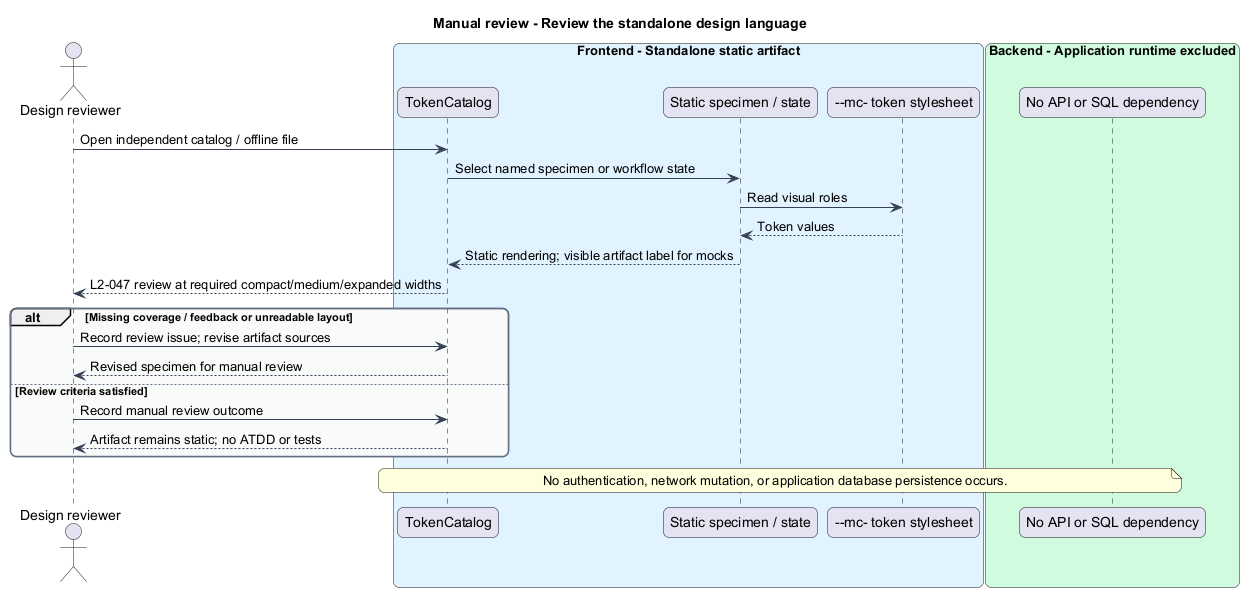
Earlier version of the PlantUML export docs/detailed-designs/artifacts/review-design-language/diagrams/sequence-review.png (QuinntyneBrown/mission-control). Its diagram source:
```plantuml
@startuml
skinparam backgroundColor #FFFFFF
skinparam shadowing false
skinparam roundcorner 12
skinparam defaultFontName Arial
skinparam ArrowColor #344054
skinparam rectangle {
  BorderColor #344054
  FontColor #101828
}
skinparam package {
  BorderColor #667085
  FontColor #101828
  BackgroundColor #F9FAFB
}
title Manual review - Review the standalone design language
actor "Design reviewer" as reviewer
box "Frontend - Standalone static artifact" #E0F2FE
  participant "TokenCatalog" as catalog
  participant "Static specimen / state" as example
  participant "--mc- token stylesheet" as tokens
end box
box "Backend - Application runtime excluded" #D1FADF
  participant "No API or SQL dependency" as excluded
end box
reviewer -> catalog : Open independent catalog / offline file
catalog -> example : Select named specimen or workflow state
example -> tokens : Read visual roles
tokens --> example : Token values
example --> catalog : Static rendering; visible artifact label for mocks
catalog --> reviewer : L2-047 review at required compact/medium/expanded widths
alt Missing coverage / feedback or unreadable layout
  reviewer -> catalog : Record review issue; revise artifact sources
  catalog --> reviewer : Revised specimen for manual review
else Review criteria satisfied
  reviewer -> catalog : Record manual review outcome
  catalog --> reviewer : Artifact remains static; no ATDD or tests
end
note over catalog, excluded
No authentication, network mutation, or application database persistence occurs.
end note
@enduml
```
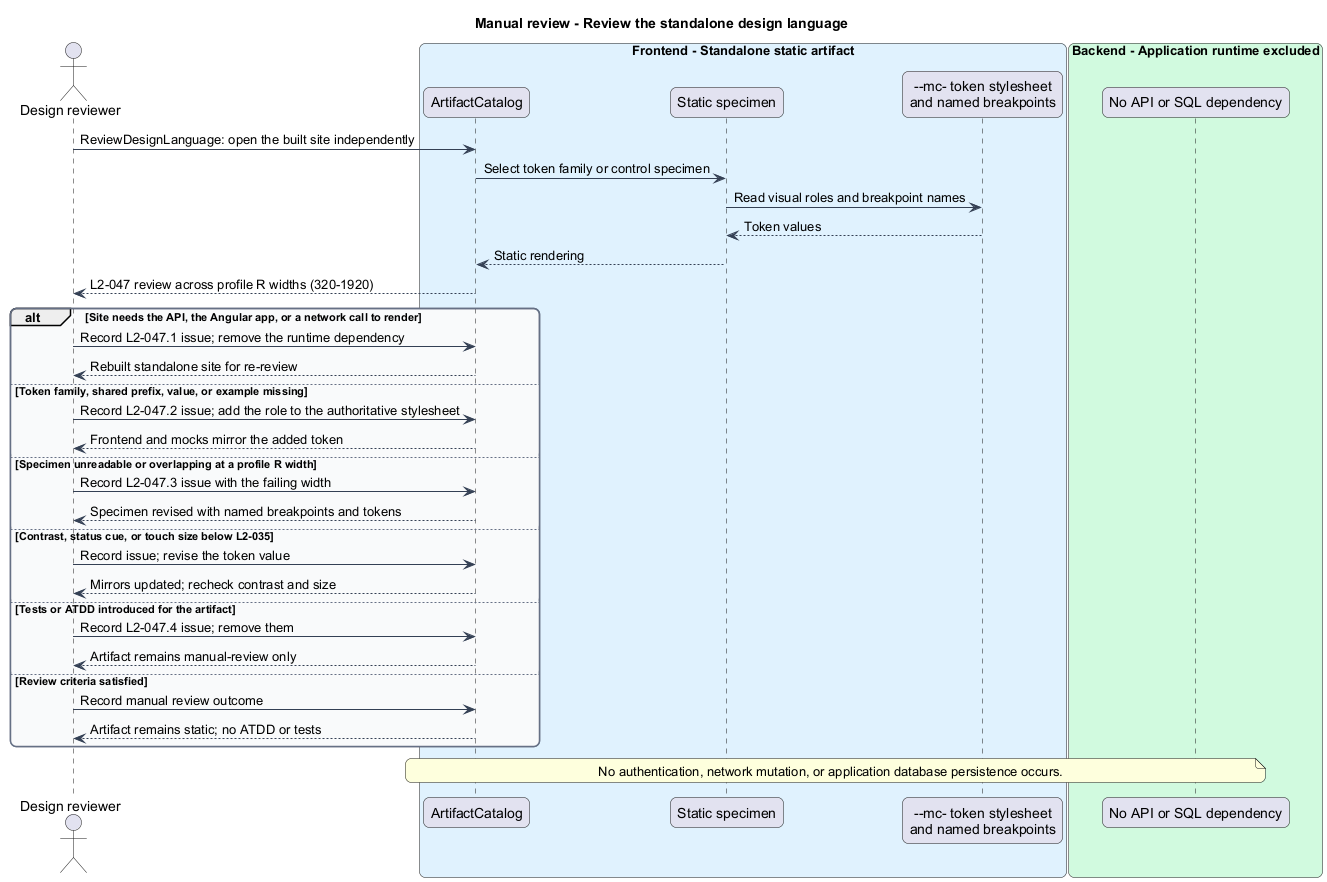
The same diagram one commit later.

Diff of the diagram source:
```diff
@@ -16,22 +16,34 @@
 title Manual review - Review the standalone design language
 actor "Design reviewer" as reviewer
 box "Frontend - Standalone static artifact" #E0F2FE
-  participant "TokenCatalog" as catalog
-  participant "Static specimen / state" as example
-  participant "--mc- token stylesheet" as tokens
+  participant "ArtifactCatalog" as catalog
+  participant "Static specimen" as example
+  participant "--mc- token stylesheet\nand named breakpoints" as tokens
 end box
 box "Backend - Application runtime excluded" #D1FADF
   participant "No API or SQL dependency" as excluded
 end box
-reviewer -> catalog : Open independent catalog / offline file
-catalog -> example : Select named specimen or workflow state
-example -> tokens : Read visual roles
+reviewer -> catalog : ReviewDesignLanguage: open the built site independently
+catalog -> example : Select token family or control specimen
+example -> tokens : Read visual roles and breakpoint names
 tokens --> example : Token values
-example --> catalog : Static rendering; visible artifact label for mocks
-catalog --> reviewer : L2-047 review at required compact/medium/expanded widths
-alt Missing coverage / feedback or unreadable layout
-  reviewer -> catalog : Record review issue; revise artifact sources
-  catalog --> reviewer : Revised specimen for manual review
+example --> catalog : Static rendering
+catalog --> reviewer : L2-047 review across profile R widths (320-1920)
+alt Site needs the API, the Angular app, or a network call to render
+  reviewer -> catalog : Record L2-047.1 issue; remove the runtime dependency
+  catalog --> reviewer : Rebuilt standalone site for re-review
+else Token family, shared prefix, value, or example missing
+  reviewer -> catalog : Record L2-047.2 issue; add the role to the authoritative stylesheet
+  catalog --> reviewer : Frontend and mocks mirror the added token
+else Specimen unreadable or overlapping at a profile R width
+  reviewer -> catalog : Record L2-047.3 issue with the failing width
+  catalog --> reviewer : Specimen revised with named breakpoints and tokens
+else Contrast, status cue, or touch size below L2-035
+  reviewer -> catalog : Record issue; revise the token value
+  catalog --> reviewer : Mirrors updated; recheck contrast and size
+else Tests or ATDD introduced for the artifact
+  reviewer -> catalog : Record L2-047.4 issue; remove them
+  catalog --> reviewer : Artifact remains manual-review only
 else Review criteria satisfied
   reviewer -> catalog : Record manual review outcome
   catalog --> reviewer : Artifact remains static; no ATDD or tests
```
